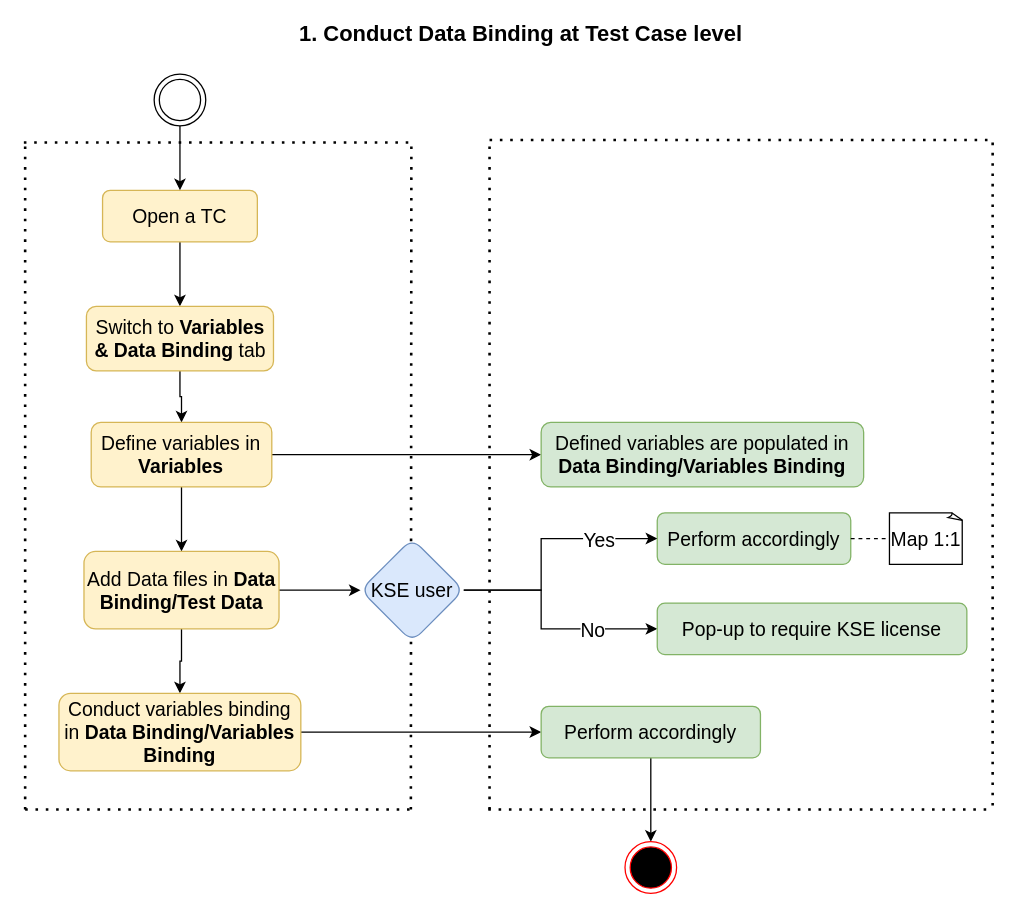
The draw.io diagram page "conduct-data-binding-at-tc" (1 of 2) of Untitled Diagram.drawio in nhpthuy/chart, before the edit. Source tidied: cells renumbered, new cells numbered last; positions are measured from the earlier drawing's top-left corner, leaving out a move shared by most shapes. Both pictures are drawn from the tidied source at 129%, with x=0, y=0 at pixel (23, 22).
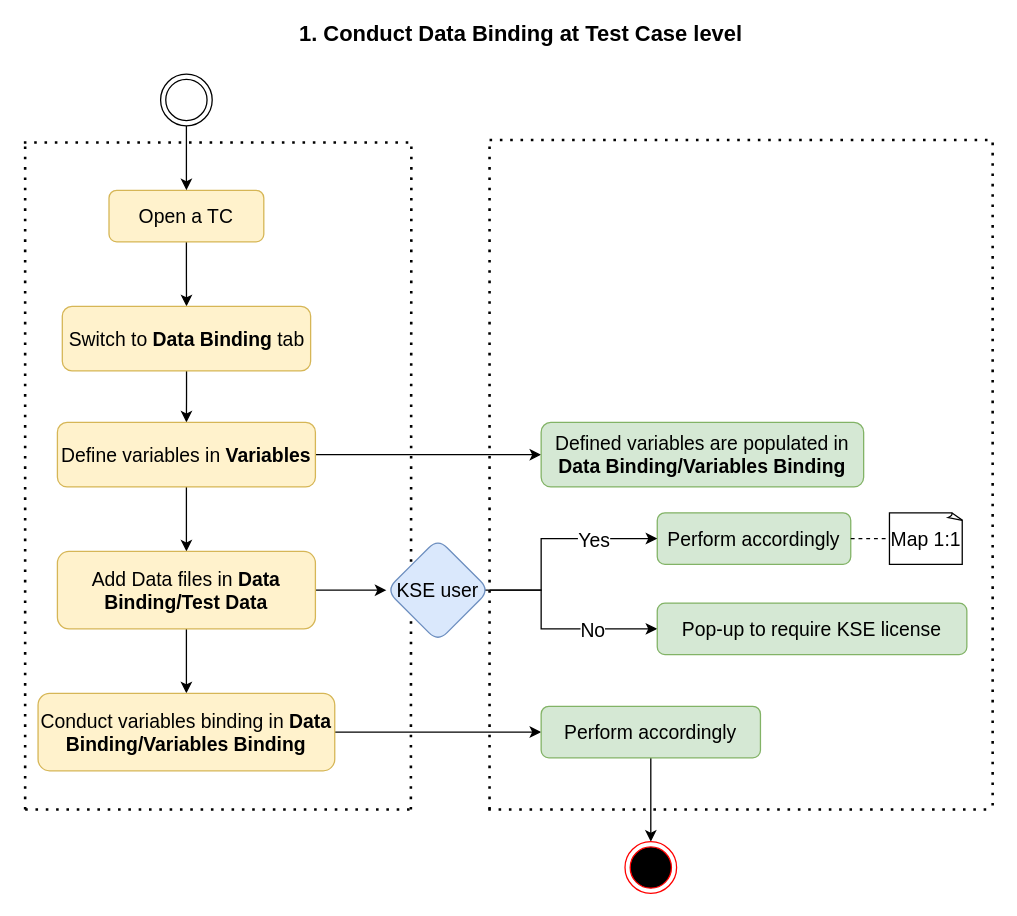
Above is the later version.

The change refers to these unchanged cells:
```xml
<mxCell id="30" style="edgeStyle=orthogonalEdgeStyle;rounded=0;jettySize=auto;html=1;entryX=0;entryY=0.5;entryDx=0;entryDy=0;fontSize=15;" parent="1" edge="1" source="32" target="19">
  <mxGeometry relative="1" as="geometry">
    <Array as="points">
      <mxPoint x="401" y="440" />
      <mxPoint x="401" y="400" />
    </Array>
  </mxGeometry>
</mxCell>
```

Diff of the diagram source:
```diff
@@
     <mxCell id="3" value="Open a TC" style="rounded=1;whiteSpace=wrap;html=1;fontSize=15;glass=0;strokeWidth=1;shadow=0;fillColor=#fff2cc;strokeColor=#d6b656;" parent="1" vertex="1">
-      <mxGeometry x="61" y="130" width="120" height="40" as="geometry" />
+      <mxGeometry x="66" y="130" width="120" height="40" as="geometry" />
     </mxCell>
@@
-    <mxCell id="5" value="Switch to&lt;b style=&quot;font-size: 15px;&quot;&gt; Variables &amp;amp; Data Binding&lt;/b&gt; tab" style="rounded=1;whiteSpace=wrap;html=1;fontSize=15;glass=0;strokeWidth=1;shadow=0;fillColor=#fff2cc;strokeColor=#d6b656;" parent="1" vertex="1">
-      <mxGeometry x="48.5" y="220" width="145" height="50" as="geometry" />
+    <mxCell id="5" value="Switch to&lt;b style=&quot;font-size: 15px&quot;&gt;&amp;nbsp;Data Binding&lt;/b&gt; tab" style="rounded=1;whiteSpace=wrap;html=1;fontSize=15;glass=0;strokeWidth=1;shadow=0;fillColor=#fff2cc;strokeColor=#d6b656;" parent="1" vertex="1">
+      <mxGeometry x="29.8" y="220" width="192.5" height="50" as="geometry" />
     </mxCell>
@@
     <mxCell id="8" value="Define variables in &lt;b style=&quot;font-size: 15px&quot;&gt;Variables&lt;/b&gt;" style="rounded=1;whiteSpace=wrap;html=1;fontSize=15;glass=0;strokeWidth=1;shadow=0;fillColor=#fff2cc;strokeColor=#d6b656;" parent="1" vertex="1">
-      <mxGeometry x="52.2" y="310" width="140" height="50" as="geometry" />
+      <mxGeometry x="26" y="310" width="200" height="50" as="geometry" />
     </mxCell>
@@
     <mxCell id="10" style="ellipse;shape=doubleEllipse;html=1;dashed=0;whitespace=wrap;fontSize=15;" parent="1" vertex="1">
-      <mxGeometry x="101" y="40" width="40" height="40" as="geometry" />
+      <mxGeometry x="106" y="40" width="40" height="40" as="geometry" />
     </mxCell>
@@
-    <mxCell id="12" style="edgeStyle=orthogonalEdgeStyle;rounded=0;jettySize=auto;html=1;fontSize=15;" parent="1" edge="1" source="13">
-      <mxGeometry relative="1" as="geometry">
-        <mxPoint x="261" y="440" as="targetPoint" />
-      </mxGeometry>
+    <mxCell id="12" style="edgeStyle=orthogonalEdgeStyle;rounded=0;jettySize=auto;html=1;fontSize=15;entryX=0;entryY=0.5;entryDx=0;entryDy=0;" parent="1" edge="1" source="13" target="32">
+      <mxGeometry relative="1" as="geometry" />
     </mxCell>
     <mxCell id="13" value="Add Data files in &lt;b style=&quot;font-size: 15px;&quot;&gt;Data Binding/Test Data&lt;/b&gt;" style="whiteSpace=wrap;html=1;rounded=1;glass=0;strokeWidth=1;shadow=0;fontSize=15;fillColor=#fff2cc;strokeColor=#d6b656;" parent="1" vertex="1">
-      <mxGeometry x="46.6" y="410" width="151.2" height="60" as="geometry" />
+      <mxGeometry x="26" y="410" width="200" height="60" as="geometry" />
     </mxCell>
@@
     <mxCell id="15" value="Conduct variables binding in &lt;b style=&quot;font-size: 15px;&quot;&gt;Data Binding/Variables Binding&lt;/b&gt;" style="whiteSpace=wrap;html=1;rounded=1;glass=0;strokeWidth=1;shadow=0;fontSize=15;fillColor=#fff2cc;strokeColor=#d6b656;" parent="1" vertex="1">
-      <mxGeometry x="27.2" y="520" width="187.5" height="60" as="geometry" />
+      <mxGeometry x="11" y="520" width="230" height="60" as="geometry" />
     </mxCell>
@@
     <mxCell id="31" value="Yes" style="edgeLabel;html=1;align=center;verticalAlign=middle;fontSize=15;" parent="30" vertex="1">
       <mxGeometry x="0.49" relative="1" as="geometry">
-        <mxPoint x="2" as="offset" />
+        <mxPoint x="-7" as="offset" />
       </mxGeometry>
     </mxCell>
     <mxCell id="32" value="KSE user" style="rhombus;whiteSpace=wrap;html=1;rounded=1;glass=0;strokeWidth=1;shadow=0;fontSize=15;fillColor=#dae8fc;strokeColor=#6c8ebf;" parent="1" vertex="1">
-      <mxGeometry x="261" y="400" width="80" height="80" as="geometry" />
+      <mxGeometry x="281" y="400" width="80" height="80" as="geometry" />
     </mxCell>
```
